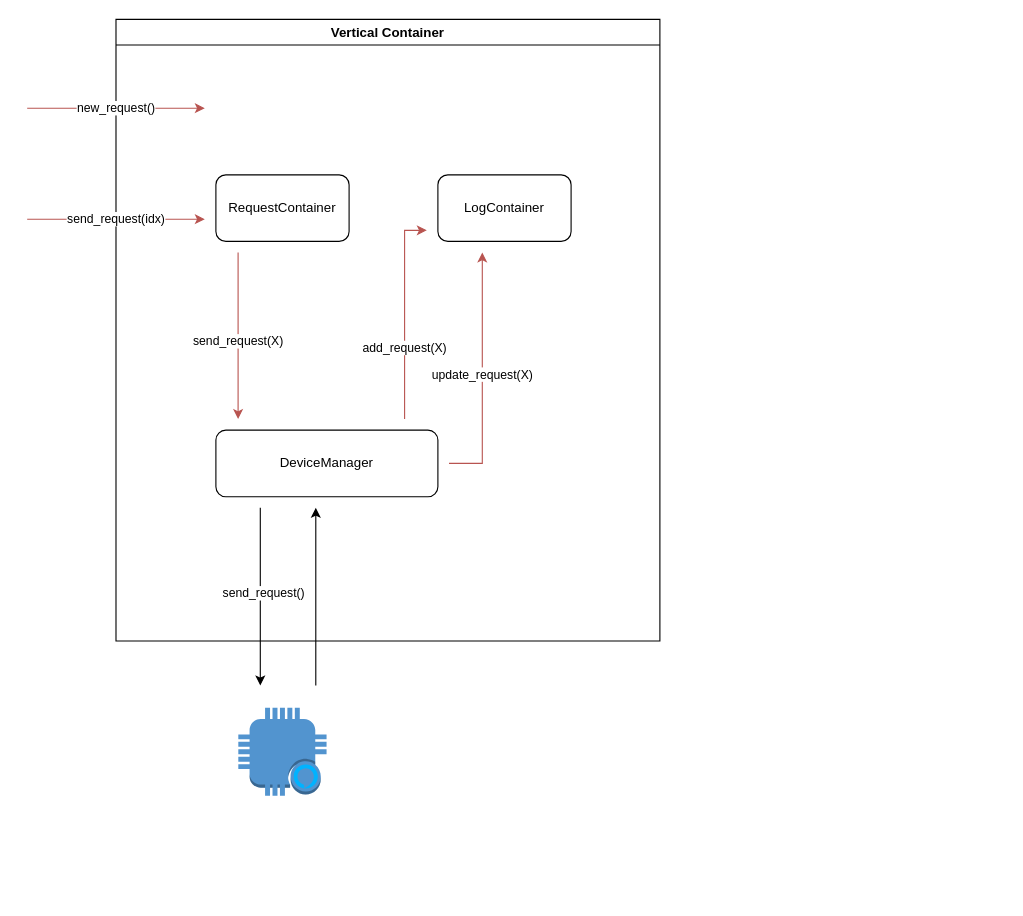
The draw.io diagram UIarchitecture.drawio in AlmCoding/expander-ui, before the edit. Source tidied: cells renumbered, new cells numbered last; positions are measured from the earlier drawing's top-left corner, leaving out a move shared by most shapes. Both pictures are drawn from the tidied source at 111%, with x=0, y=0 at pixel (27, 19).
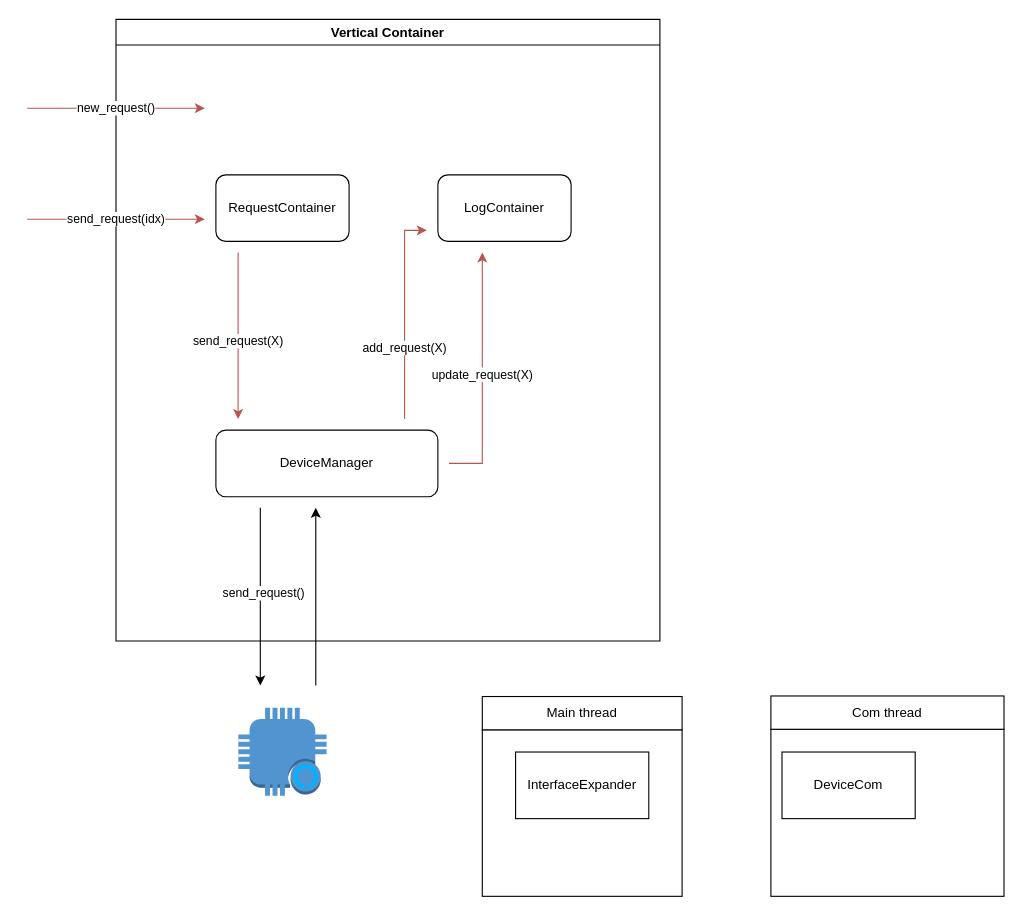
After the change.

The edit, as a diff of the source:
```diff
@@
+    <mxCell id="15" style="rounded=0;whiteSpace=wrap;html=1;" parent="1" vertex="1">
+      <mxGeometry x="410" y="640" width="180" height="150" as="geometry" />
+    </mxCell>
+    <mxCell id="16" style="rounded=0;whiteSpace=wrap;html=1;" parent="1" vertex="1">
+      <mxGeometry x="670" y="639.5" width="210" height="150.5" as="geometry" />
+    </mxCell>
+    <mxCell id="17" value="Main thread" style="rounded=0;whiteSpace=wrap;html=1;" parent="1" vertex="1">
+      <mxGeometry x="410" y="610" width="180" height="30" as="geometry" />
+    </mxCell>
+    <mxCell id="18" value="Com thread" style="rounded=0;whiteSpace=wrap;html=1;" parent="1" vertex="1">
+      <mxGeometry x="670" y="609.5" width="210" height="30" as="geometry" />
+    </mxCell>
+    <mxCell id="19" value="InterfaceExpander" style="rounded=0;whiteSpace=wrap;html=1;" parent="1" vertex="1">
+      <mxGeometry x="440" y="660" width="120" height="60" as="geometry" />
+    </mxCell>
+    <mxCell id="20" value="DeviceCom" style="rounded=0;whiteSpace=wrap;html=1;" parent="1" vertex="1">
+      <mxGeometry x="680" y="660" width="120" height="60" as="geometry" />
+    </mxCell>
```
